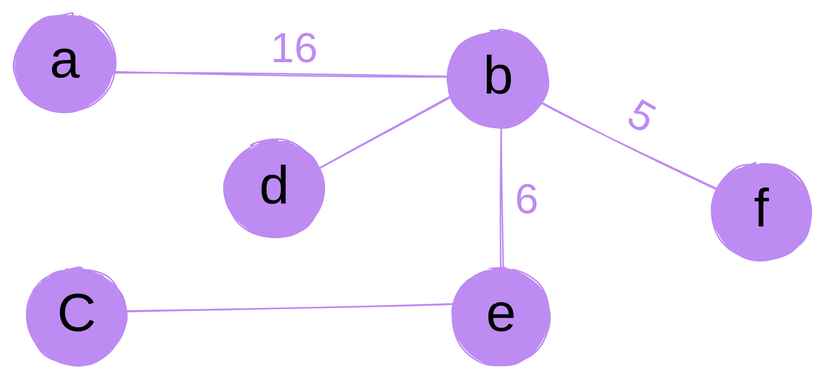
AnzenKodo/AnzenKodo.github.io keeps this Excalidraw diagram as notes/Collage/UT2/Minimum-Spanning-Tree.svg. Above is the earlier version. Source tidied: one line per element, renumbered; positions are measured from the earlier drawing's top-left corner, leaving out a move shared by most shapes. Source of this version:
```json
{"id": 0, "type": "line", "strokeColor": "#bd8bf2", "backgroundColor": "#bd8bf2", "fillStyle": "solid", "strokeWidth": 1, "roughness": 1, "x": 324, "y": 47, "width": 0, "height": 141, "points": [[0, 0], [0, 141]]}
{"id": 1, "type": "line", "strokeColor": "#bd8bf2", "backgroundColor": "#bd8bf2", "fillStyle": "solid", "strokeWidth": 1, "roughness": 1, "x": 323, "y": 42, "width": 282, "height": 4, "points": [[0, 0], [-282, -4]]}
{"id": 2, "type": "line", "strokeColor": "#bd8bf2", "strokeWidth": 1, "roughness": 1, "x": 318, "y": 40, "width": 146, "height": 79, "points": [[0, 0], [-146, 79]]}
{"id": 3, "type": "ellipse", "strokeColor": "#bd8bf2", "backgroundColor": "#bd8bf2", "fillStyle": "solid", "strokeWidth": 1, "roughness": 1, "x": 140, "y": 84, "width": 66, "height": 64}
{"id": 4, "type": "text", "text": "d", "strokeColor": "#000000", "backgroundColor": "#bd8bf2", "fillStyle": "solid", "strokeWidth": 1, "roughness": 1, "fontSize": 36, "fontFamily": 1, "textAlign": "center", "verticalAlign": "middle", "inside": 3, "x": 162, "y": 94, "width": 21, "height": 45}
{"id": 5, "type": "line", "strokeColor": "#bd8bf2", "strokeWidth": 1, "roughness": 1, "x": 327, "y": 47, "width": 173, "height": 85, "points": [[0, 0], [173, 85]]}
{"id": 6, "type": "ellipse", "strokeColor": "#bd8bf2", "backgroundColor": "#bd8bf2", "fillStyle": "solid", "strokeWidth": 1, "roughness": 1, "x": 465, "y": 99, "width": 66, "height": 64}
{"id": 7, "type": "text", "text": "f", "strokeColor": "#000000", "backgroundColor": "#bd8bf2", "fillStyle": "solid", "strokeWidth": 1, "roughness": 1, "fontSize": 36, "fontFamily": 1, "textAlign": "center", "verticalAlign": "middle", "inside": 6, "x": 489, "y": 109, "width": 18, "height": 45}
{"id": 8, "type": "ellipse", "strokeColor": "#bd8bf2", "backgroundColor": "#bd8bf2", "fillStyle": "solid", "strokeWidth": 1, "roughness": 1, "x": 289, "y": 11, "width": 66, "height": 64}
{"id": 9, "type": "text", "text": "b", "strokeColor": "#000000", "backgroundColor": "#bd8bf2", "fillStyle": "solid", "strokeWidth": 1, "roughness": 1, "fontSize": 36, "fontFamily": 1, "textAlign": "center", "verticalAlign": "middle", "inside": 8, "x": 313, "y": 20, "width": 19, "height": 45}
{"id": 10, "type": "ellipse", "strokeColor": "#bd8bf2", "backgroundColor": "#bd8bf2", "fillStyle": "solid", "strokeWidth": 1, "roughness": 1, "x": 291, "y": 169, "width": 66, "height": 64}
{"id": 11, "type": "text", "text": "e", "strokeColor": "#000000", "backgroundColor": "#bd8bf2", "fillStyle": "solid", "strokeWidth": 1, "roughness": 1, "fontSize": 36, "fontFamily": 1, "textAlign": "center", "verticalAlign": "middle", "inside": 10, "x": 314, "y": 179, "width": 21, "height": 45}
{"id": 12, "type": "text", "text": "6", "strokeColor": "#bd8bf2", "backgroundColor": "#bd8bf2", "fillStyle": "solid", "strokeWidth": 1, "roughness": 1, "fontSize": 28, "fontFamily": 1, "x": 333, "y": 107, "width": 19, "height": 35}
{"id": 13, "type": "text", "text": "5", "strokeColor": "#bd8bf2", "angle": 0.52, "backgroundColor": "#bd8bf2", "fillStyle": "solid", "strokeWidth": 1, "roughness": 1, "fontSize": 28, "fontFamily": 1, "x": 409, "y": 52, "width": 18, "height": 35}
{"id": 14, "type": "ellipse", "strokeColor": "#bd8bf2", "backgroundColor": "#bd8bf2", "fillStyle": "solid", "strokeWidth": 1, "roughness": 1, "x": 0, "y": 0, "width": 66, "height": 64}
{"id": 15, "type": "text", "text": "a", "strokeColor": "#000000", "backgroundColor": "#bd8bf2", "fillStyle": "solid", "strokeWidth": 1, "roughness": 1, "fontSize": 36, "fontFamily": 1, "textAlign": "center", "verticalAlign": "middle", "inside": 14, "x": 20, "y": 10, "width": 25, "height": 45}
{"id": 16, "type": "text", "text": "16", "strokeColor": "#bd8bf2", "backgroundColor": "#bd8bf2", "fillStyle": "solid", "strokeWidth": 1, "roughness": 1, "fontSize": 28, "fontFamily": 1, "x": 170, "y": 6, "width": 27, "height": 35}
{"id": 17, "type": "ellipse", "strokeColor": "#bd8bf2", "backgroundColor": "#bd8bf2", "fillStyle": "solid", "strokeWidth": 1, "roughness": 1, "x": 8, "y": 169, "width": 66, "height": 64}
{"id": 18, "type": "text", "text": "C", "strokeColor": "#000000", "backgroundColor": "#bd8bf2", "fillStyle": "solid", "strokeWidth": 1, "roughness": 1, "fontSize": 36, "fontFamily": 1, "textAlign": "center", "verticalAlign": "middle", "inside": 17, "x": 29, "y": 179, "width": 24, "height": 45}
{"id": 19, "type": "line", "strokeColor": "#bd8bf2", "backgroundColor": "#bd8bf2", "fillStyle": "solid", "strokeWidth": 1, "roughness": 1, "x": 320, "y": 192, "width": 274, "height": 7, "points": [[0, 0], [-274, 7]]}
```
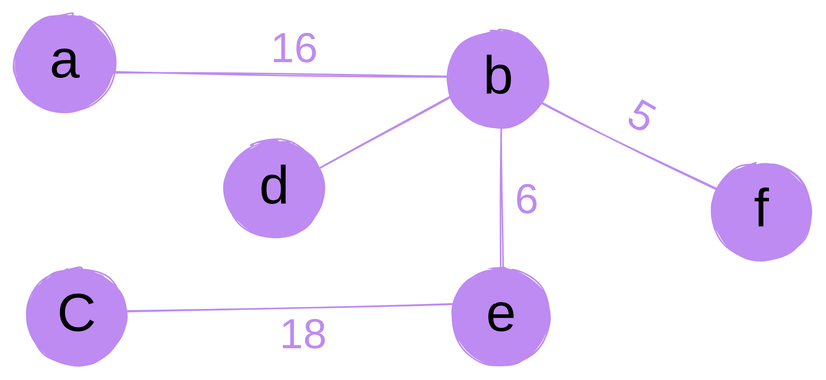
The same file after the commit.

The edit, as a diff of the source:
```diff
@@ -18,3 +18,4 @@
 {"id": 17, "type": "ellipse", "strokeColor": "#bd8bf2", "backgroundColor": "#bd8bf2", "fillStyle": "solid", "strokeWidth": 1, "roughness": 1, "x": 8, "y": 169, "width": 66, "height": 64}
 {"id": 18, "type": "text", "text": "C", "strokeColor": "#000000", "backgroundColor": "#bd8bf2", "fillStyle": "solid", "strokeWidth": 1, "roughness": 1, "fontSize": 36, "fontFamily": 1, "textAlign": "center", "verticalAlign": "middle", "inside": 17, "x": 29, "y": 179, "width": 24, "height": 45}
 {"id": 19, "type": "line", "strokeColor": "#bd8bf2", "backgroundColor": "#bd8bf2", "fillStyle": "solid", "strokeWidth": 1, "roughness": 1, "x": 320, "y": 192, "width": 274, "height": 7, "points": [[0, 0], [-274, 7]]}
+{"id": 20, "type": "text", "text": "18", "strokeColor": "#bd8bf2", "backgroundColor": "#bd8bf2", "fillStyle": "solid", "strokeWidth": 1, "roughness": 1, "fontSize": 28, "fontFamily": 1, "x": 176, "y": 197, "width": 30, "height": 35}
```
